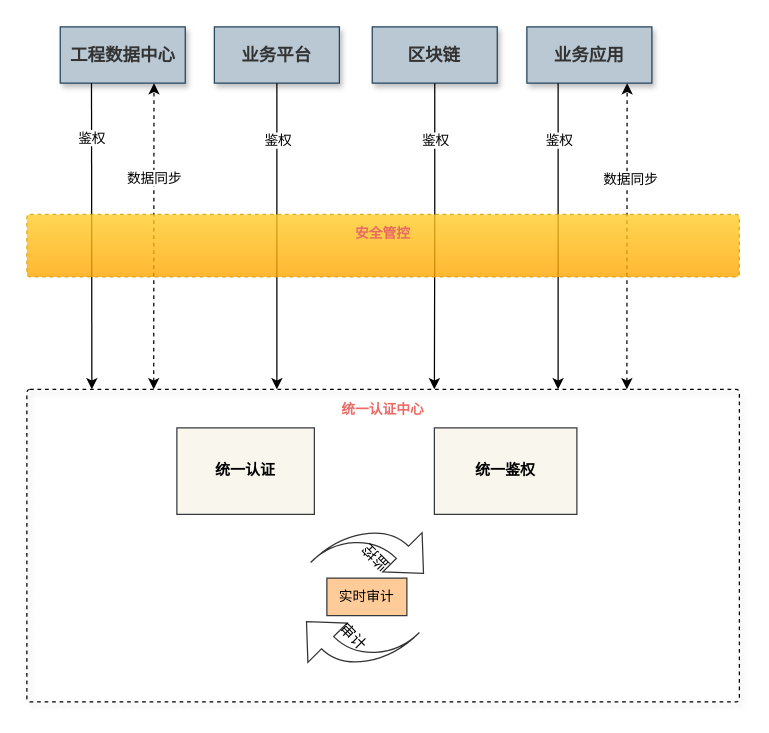
The draw.io diagram page "第 1 页" (1 of 2) of 东庄信息化项目-统一权限管理-总设计图.drawio in sun-beijixing/drawio, before the edit. Source tidied: cells renumbered, new cells numbered last; positions are measured from the earlier drawing's top-left corner, leaving out a move shared by most shapes. Both pictures are drawn from the tidied source at 125%, with x=0, y=0 at pixel (26, 26).
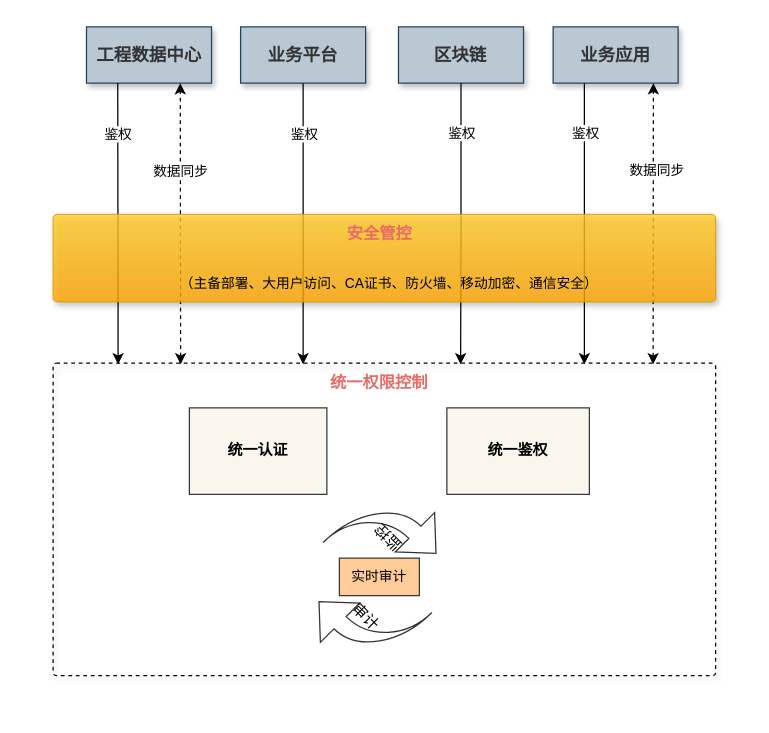
Above is the later version.

Commit message (it also covers changes not shown here):
更新东庄信息化项目-统一权限管理-总设计图.drawio

What changed in the source:
```diff
@@
     <mxCell id="2" style="text;html=1;fillColor=none;align=center;verticalAlign=middle;whiteSpace=wrap;fontSize=54;fontStyle=1;shadow=1;rounded=1;glass=0;sketch=0;arcSize=1;dashed=1;strokeWidth=1;strokeColor=default;" parent="1" vertex="1">
-      <mxGeometry y="290" width="570" height="250" as="geometry" />
+      <mxGeometry x="21" y="269" width="530" height="250" as="geometry" />
     </mxCell>
     <mxCell id="3" value="&lt;b style=&quot;color: rgb(51, 51, 51); font-size: 14px;&quot;&gt;工程数据中心&lt;/b&gt;" style="rounded=0;whiteSpace=wrap;html=1;shadow=1;fontSize=11;strokeColor=#23445d;strokeWidth=1;fillColor=#bac8d3;" parent="1" vertex="1">
-      <mxGeometry x="26.7" width="100" height="45" as="geometry" />
+      <mxGeometry x="47.7" width="100" height="45" as="geometry" />
     </mxCell>
     <mxCell id="4" value="&lt;b style=&quot;color: rgb(51, 51, 51); font-size: 14px;&quot;&gt;业务平台&lt;/b&gt;" style="rounded=0;whiteSpace=wrap;html=1;shadow=1;fontSize=11;strokeColor=#23445d;strokeWidth=1;fillColor=#bac8d3;" parent="1" vertex="1">
-      <mxGeometry x="150" width="100" height="45" as="geometry" />
+      <mxGeometry x="171" width="100" height="45" as="geometry" />
     </mxCell>
     <mxCell id="5" value="&lt;b style=&quot;color: rgb(51, 51, 51); font-size: 14px;&quot;&gt;区块链&lt;/b&gt;" style="rounded=0;whiteSpace=wrap;html=1;shadow=1;fontSize=11;strokeColor=#23445d;strokeWidth=1;fillColor=#bac8d3;" parent="1" vertex="1">
-      <mxGeometry x="276.3" width="100" height="45" as="geometry" />
+      <mxGeometry x="297.3" width="100" height="45" as="geometry" />
     </mxCell>
     <mxCell id="6" value="&lt;b style=&quot;color: rgb(51, 51, 51); font-size: 14px;&quot;&gt;业务应用&lt;/b&gt;" style="rounded=0;whiteSpace=wrap;html=1;shadow=1;fontSize=11;strokeColor=#23445d;strokeWidth=1;fillColor=#bac8d3;" parent="1" vertex="1">
-      <mxGeometry x="400" width="100" height="45" as="geometry" />
+      <mxGeometry x="421" width="100" height="45" as="geometry" />
     </mxCell>
     <mxCell id="7" style="edgeStyle=orthogonalEdgeStyle;elbow=horizontal;endArrow=classic;html=1;rounded=0;jumpStyle=none;exitX=0.5;exitY=1;exitDx=0;exitDy=0;" parent="1" edge="1" source="4">
       <mxGeometry relative="1" as="geometry">
-        <mxPoint x="200" y="290" as="targetPoint" />
+        <mxPoint x="221" y="270" as="targetPoint" />
       </mxGeometry>
     </mxCell>
@@
-    <mxCell id="9" value="&lt;b&gt;&lt;font color=&quot;#ea6b66&quot;&gt;统一认证中心&lt;/font&gt;&lt;/b&gt;" style="text;html=1;strokeColor=none;fillColor=none;align=center;verticalAlign=middle;whiteSpace=wrap;rounded=0;shadow=1;fontSize=11;" parent="1" vertex="1">
-      <mxGeometry x="215" y="290.8" width="140" height="30" as="geometry" />
+    <mxCell id="9" value="&lt;b&gt;&lt;font style=&quot;font-size: 13px;&quot; color=&quot;#ea6b66&quot;&gt;统一权限控制&lt;/font&gt;&lt;/b&gt;" style="text;html=1;strokeColor=none;fillColor=none;align=center;verticalAlign=middle;whiteSpace=wrap;rounded=0;shadow=1;fontSize=11;" parent="1" vertex="1">
+      <mxGeometry x="233" y="269" width="98" height="30" as="geometry" />
     </mxCell>
     <mxCell id="10" value="&lt;b&gt;统一认证&lt;/b&gt;" style="rounded=0;whiteSpace=wrap;html=1;shadow=0;fontSize=12;fillColor=#f9f7ed;strokeColor=#36393d;" parent="1" vertex="1">
-      <mxGeometry x="120" y="320.8" width="110" height="69.2" as="geometry" />
+      <mxGeometry x="130" y="304.8" width="110" height="69.2" as="geometry" />
     </mxCell>
     <mxCell id="11" value="&lt;b&gt;统一鉴权&lt;/b&gt;" style="rounded=0;whiteSpace=wrap;html=1;shadow=0;fontSize=12;fillColor=#f9f7ed;strokeColor=#36393d;" parent="1" vertex="1">
-      <mxGeometry x="326" y="320.8" width="114" height="69.2" as="geometry" />
+      <mxGeometry x="336" y="304.8" width="114" height="69.2" as="geometry" />
     </mxCell>
     <mxCell id="12" style="edgeStyle=orthogonalEdgeStyle;elbow=horizontal;endArrow=classic;html=1;rounded=0;jumpStyle=none;exitX=0.5;exitY=1;exitDx=0;exitDy=0;" parent="1" edge="1" source="5">
       <mxGeometry relative="1" as="geometry">
-        <mxPoint x="326" y="290" as="targetPoint" />
+        <mxPoint x="347" y="270" as="targetPoint" />
       </mxGeometry>
     </mxCell>
@@
     <mxCell id="14" style="edgeStyle=orthogonalEdgeStyle;elbow=horizontal;endArrow=classic;html=1;rounded=0;jumpStyle=none;exitX=0.25;exitY=1;exitDx=0;exitDy=0;" parent="1" edge="1" source="6">
       <mxGeometry relative="1" as="geometry">
-        <mxPoint x="425" y="290" as="targetPoint" />
+        <mxPoint x="446" y="270" as="targetPoint" />
       </mxGeometry>
     </mxCell>
@@
-    <mxCell id="16" style="endArrow=classic;startArrow=classic;html=1;rounded=0;entryX=0.75;entryY=1;entryDx=0;entryDy=0;exitX=0.178;exitY=0;exitDx=0;exitDy=0;exitPerimeter=0;dashed=1;" parent="1" edge="1" source="2" target="3">
-      <mxGeometry relative="1" as="geometry" />
+    <mxCell id="16" style="endArrow=classic;startArrow=classic;html=1;rounded=0;entryX=0.75;entryY=1;entryDx=0;entryDy=0;dashed=1;" parent="1" edge="1" target="3">
+      <mxGeometry relative="1" as="geometry">
+        <mxPoint x="123" y="270" as="sourcePoint" />
+      </mxGeometry>
     </mxCell>
@@
     <mxCell id="18" value="审计" style="html=1;shadow=0;dashed=0;align=center;verticalAlign=middle;shape=mxgraph.arrows2.jumpInArrow;dy=6.92;dx=23.83;arrowHead=44.5;opacity=80;direction=west;rotation=45;" parent="1" vertex="1">
-      <mxGeometry x="226" y="448" width="70" height="80" as="geometry" />
+      <mxGeometry x="236" y="432" width="70" height="80" as="geometry" />
     </mxCell>
     <mxCell id="19" value="监控" style="html=1;shadow=0;dashed=0;align=center;verticalAlign=middle;shape=mxgraph.arrows2.jumpInArrow;dy=6.92;dx=23.83;arrowHead=44.5;opacity=80;direction=west;rotation=-135;" parent="1" vertex="1">
-      <mxGeometry x="245" y="385" width="70" height="80" as="geometry" />
+      <mxGeometry x="255" y="369" width="70" height="80" as="geometry" />
     </mxCell>
     <mxCell id="20" value="&lt;span style=&quot;font-size: 11px;&quot;&gt;实时审计&lt;/span&gt;" style="rounded=0;whiteSpace=wrap;html=1;shadow=0;fontSize=12;fillColor=#ffcc99;strokeColor=#36393d;" parent="1" vertex="1">
-      <mxGeometry x="240" y="441" width="64" height="30" as="geometry" />
+      <mxGeometry x="250" y="425" width="64" height="30" as="geometry" />
     </mxCell>
-    <mxCell id="21" style="endArrow=classic;startArrow=classic;html=1;rounded=0;entryX=0.75;entryY=1;entryDx=0;entryDy=0;exitX=0.178;exitY=0;exitDx=0;exitDy=0;exitPerimeter=0;dashed=1;" parent="1" edge="1">
+    <mxCell id="21" style="endArrow=classic;startArrow=classic;html=1;rounded=0;entryX=0.75;entryY=1;entryDx=0;entryDy=0;dashed=1;" parent="1" edge="1">
       <mxGeometry relative="1" as="geometry">
-        <mxPoint x="480" y="290" as="sourcePoint" />
-        <mxPoint x="480.2" y="45" as="targetPoint" />
+        <mxPoint x="501" y="270" as="sourcePoint" />
+        <mxPoint x="501.2" y="45" as="targetPoint" />
       </mxGeometry>
     </mxCell>
@@
     <mxCell id="23" style="endArrow=classic;html=1;rounded=0;exitX=0.25;exitY=1;exitDx=0;exitDy=0;" parent="1" edge="1" source="3">
       <mxGeometry relative="1" as="geometry">
-        <mxPoint x="52" y="290" as="targetPoint" />
+        <mxPoint x="73" y="270" as="targetPoint" />
       </mxGeometry>
     </mxCell>
@@
-    <mxCell id="25" style="rounded=1;whiteSpace=wrap;html=1;shadow=0;fontSize=11;strokeWidth=1;fillColor=#ffcd28;dashed=1;arcSize=5;strokeColor=#d79b00;opacity=80;gradientColor=#ffa500;" parent="1" vertex="1">
-      <mxGeometry y="150" width="570" height="50" as="geometry" />
+    <mxCell id="25" style="rounded=1;whiteSpace=wrap;html=1;shadow=1;fontSize=11;strokeWidth=1;fillColor=#ffcd28;arcSize=5;strokeColor=#d79b00;opacity=80;gradientColor=#ffa500;" parent="1" vertex="1">
+      <mxGeometry x="21" y="150" width="530" height="70" as="geometry" />
     </mxCell>
-    <mxCell id="26" value="&lt;b&gt;&lt;font color=&quot;#ea6b66&quot;&gt;安全管控&lt;/font&gt;&lt;/b&gt;" style="text;html=1;strokeColor=none;fillColor=none;align=center;verticalAlign=middle;whiteSpace=wrap;rounded=0;shadow=1;fontSize=11;" parent="1" vertex="1">
-      <mxGeometry x="215" y="150" width="140" height="30" as="geometry" />
+    <mxCell id="26" value="&lt;b&gt;&lt;font style=&quot;font-size: 13px;&quot; color=&quot;#ea6b66&quot;&gt;安全管控&lt;/font&gt;&lt;/b&gt;" style="text;html=1;strokeColor=none;fillColor=none;align=center;verticalAlign=middle;whiteSpace=wrap;rounded=0;shadow=1;fontSize=11;" parent="1" vertex="1">
+      <mxGeometry x="244.5" y="150" width="75" height="30" as="geometry" />
     </mxCell>
+    <mxCell id="27" value="（主备部署、大用户访问、CA证书、防火墙、移动加密、通信安全）" style="text;html=1;strokeColor=none;fillColor=none;align=center;verticalAlign=middle;whiteSpace=wrap;rounded=0;shadow=1;fontSize=11;" parent="1" vertex="1">
+      <mxGeometry x="100" y="190" width="380" height="30" as="geometry" />
+    </mxCell>
```
